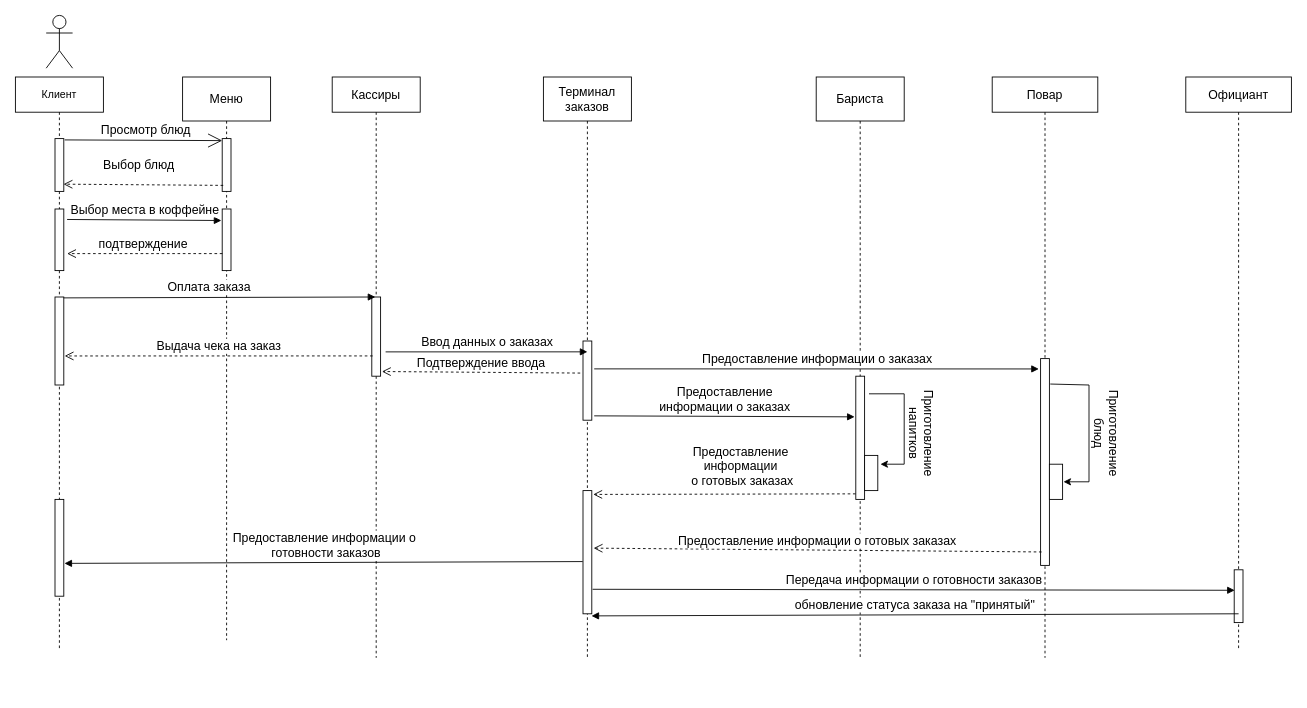
o0David0o/Sequence keeps this draw.io diagram as кофейняSequence.drawio. Above is the earlier version. Source tidied: cells renumbered, new cells numbered last; positions are measured from the earlier drawing's top-left corner, leaving out a move shared by most shapes. Both pictures are drawn from the tidied source at 88%, with x=0, y=0 at pixel (15, 15).
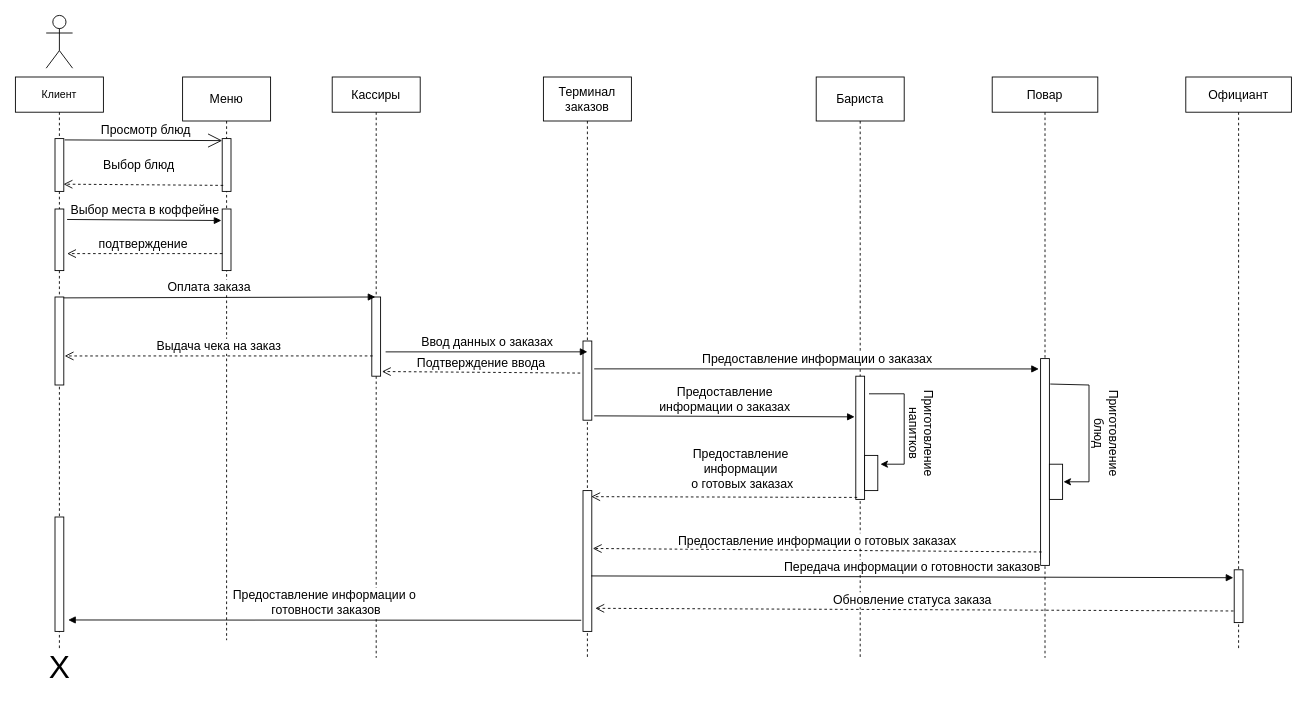
Above is the later version.

Unchanged cells that the change refers to:
```xml
<mxCell id="3" value="Клиент" style="shape=umlLifeline;perimeter=lifelinePerimeter;whiteSpace=wrap;html=1;" parent="1" vertex="1">
  <mxGeometry y="70" width="100" height="650" as="geometry" />
</mxCell>
<mxCell id="14" style="html=1;points=[];perimeter=orthogonalPerimeter;fontSize=14;" parent="13" vertex="1">
  <mxGeometry x="45" y="340" width="10" height="140" as="geometry" />
</mxCell>
<mxCell id="18" style="html=1;points=[];perimeter=orthogonalPerimeter;fontSize=14;" parent="17" vertex="1">
  <mxGeometry x="55" y="320" width="10" height="235" as="geometry" />
</mxCell>
<mxCell id="22" style="html=1;points=[];perimeter=orthogonalPerimeter;fontSize=14;" parent="21" vertex="1">
  <mxGeometry x="55" y="560" width="10" height="60" as="geometry" />
</mxCell>
<mxCell id="27" value="Терминал заказов" style="shape=umlLifeline;perimeter=lifelinePerimeter;whiteSpace=wrap;html=1;fontSize=14;size=50;" parent="1" vertex="1">
  <mxGeometry x="600" y="70" width="100" height="660" as="geometry" />
</mxCell>
```

Change to the diagram source:
```diff
@@
     <mxCell id="6" style="html=1;points=[];perimeter=orthogonalPerimeter;fontSize=14;" parent="3" vertex="1">
-      <mxGeometry x="45" y="480" width="10" height="110" as="geometry" />
+      <mxGeometry x="45" y="500" width="10" height="130" as="geometry" />
     </mxCell>
@@
     <mxCell id="29" style="html=1;points=[];perimeter=orthogonalPerimeter;fontSize=14;" parent="27" vertex="1">
-      <mxGeometry x="45" y="470" width="10" height="140" as="geometry" />
+      <mxGeometry x="45" y="470" width="10" height="160" as="geometry" />
     </mxCell>
@@
-    <mxCell id="34" value="Передача информации о готовности заказов" style="html=1;verticalAlign=bottom;endArrow=block;rounded=0;fontSize=14;exitX=1.088;exitY=0.801;exitDx=0;exitDy=0;exitPerimeter=0;entryX=0.058;entryY=0.388;entryDx=0;entryDy=0;entryPerimeter=0;" parent="1" edge="1" source="29" target="22">
+    <mxCell id="34" value="Передача информации о готовности заказов" style="html=1;verticalAlign=bottom;endArrow=block;rounded=0;fontSize=14;exitX=0.939;exitY=0.606;exitDx=0;exitDy=0;exitPerimeter=0;entryX=-0.1;entryY=0.15;entryDx=0;entryDy=0;entryPerimeter=0;" parent="1" edge="1" source="29" target="22">
       <mxGeometry relative="1" as="geometry" />
     </mxCell>
@@
-    <mxCell id="37" value="&lt;span style=&quot;font-size: 14px;&quot;&gt;Предоставление информации о готовых заказах&lt;/span&gt;" style="html=1;verticalAlign=bottom;endArrow=open;dashed=1;endSize=8;rounded=0;entryX=1.209;entryY=0.467;entryDx=0;entryDy=0;entryPerimeter=0;exitX=0.115;exitY=0.935;exitDx=0;exitDy=0;exitPerimeter=0;" parent="1" edge="1" source="18" target="29">
+    <mxCell id="37" value="&lt;span style=&quot;font-size: 14px;&quot;&gt;Предоставление информации о готовых заказах&lt;/span&gt;" style="html=1;verticalAlign=bottom;endArrow=open;dashed=1;endSize=8;rounded=0;entryX=1.112;entryY=0.411;entryDx=0;entryDy=0;entryPerimeter=0;exitX=0.115;exitY=0.935;exitDx=0;exitDy=0;exitPerimeter=0;" parent="1" edge="1" source="18" target="29">
       <mxGeometry relative="1" as="geometry" />
     </mxCell>
-    <mxCell id="38" value="&lt;span style=&quot;font-size: 14px;&quot;&gt;Предоставление &lt;br&gt;информации&lt;br&gt;&amp;nbsp;о готовых заказах&lt;/span&gt;" style="html=1;verticalAlign=bottom;endArrow=open;dashed=1;endSize=8;rounded=0;entryX=1.167;entryY=0.031;entryDx=0;entryDy=0;entryPerimeter=0;exitX=-0.022;exitY=0.955;exitDx=0;exitDy=0;exitPerimeter=0;" parent="1" edge="1" source="14" target="29">
+    <mxCell id="38" value="&lt;span style=&quot;font-size: 14px;&quot;&gt;Предоставление &lt;br&gt;информации&lt;br&gt;&amp;nbsp;о готовых заказах&lt;/span&gt;" style="html=1;verticalAlign=bottom;endArrow=open;dashed=1;endSize=8;rounded=0;exitX=0.156;exitY=0.984;exitDx=0;exitDy=0;exitPerimeter=0;entryX=0.939;entryY=0.043;entryDx=0;entryDy=0;entryPerimeter=0;" parent="1" edge="1" source="14" target="29">
       <mxGeometry x="-0.12" y="-4" relative="1" as="geometry" />
     </mxCell>
-    <mxCell id="39" value="Предоставление информации о&lt;br&gt;&amp;nbsp;готовности заказов" style="html=1;verticalAlign=bottom;endArrow=block;rounded=0;fontSize=14;exitX=-0.035;exitY=0.576;exitDx=0;exitDy=0;exitPerimeter=0;entryX=1.075;entryY=0.661;entryDx=0;entryDy=0;entryPerimeter=0;" parent="1" edge="1" source="29" target="6">
-      <mxGeometry relative="1" as="geometry" />
+    <mxCell id="39" value="Предоставление информации о&lt;br&gt;&amp;nbsp;готовности заказов" style="html=1;verticalAlign=bottom;endArrow=block;rounded=0;fontSize=14;exitX=-0.2;exitY=0.921;exitDx=0;exitDy=0;exitPerimeter=0;" parent="1" edge="1" source="29">
+      <mxGeometry relative="1" as="geometry">
+        <mxPoint x="60" y="687" as="targetPoint" />
+      </mxGeometry>
     </mxCell>
@@
-    <mxCell id="42" value="&lt;font style=&quot;font-size: 14px;&quot;&gt;обновление статуса заказа на &quot;принятый&quot;&lt;/font&gt;" style="html=1;verticalAlign=bottom;endArrow=block;rounded=0;exitX=0.5;exitY=0.833;exitDx=0;exitDy=0;exitPerimeter=0;entryX=0.967;entryY=1.017;entryDx=0;entryDy=0;entryPerimeter=0;" parent="1" edge="1" source="22" target="29">
+    <mxCell id="42" value="&lt;span style=&quot;font-size: 14px;&quot;&gt;Обновление статуса заказа&amp;nbsp;&lt;/span&gt;" style="html=1;verticalAlign=bottom;endArrow=open;dashed=1;endSize=8;rounded=0;entryX=1.4;entryY=0.836;entryDx=0;entryDy=0;entryPerimeter=0;exitX=-0.074;exitY=0.78;exitDx=0;exitDy=0;exitPerimeter=0;" parent="1" edge="1" source="22" target="29">
       <mxGeometry relative="1" as="geometry" />
     </mxCell>
+    <mxCell id="43" value="&lt;font style=&quot;font-size: 36px;&quot;&gt;X&lt;/font&gt;" style="text;html=1;align=center;verticalAlign=middle;strokeColor=none;fillColor=none;rotation=0;" parent="1" vertex="1">
+      <mxGeometry x="25" y="710" width="50" height="60" as="geometry" />
+    </mxCell>
```
